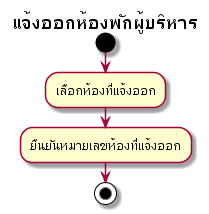
cheat13/Prompiman_Diagram keeps this PlantUML diagram as out/activity-diagram/room/deleteexecutive/แจ้งออกห้องพักผู้บริหาร.png. Above is the earlier version.
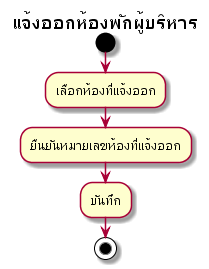
The same file after the commit.

Change to the diagram source:
```diff
@@ -3,5 +3,6 @@
 start
 :เลือกห้องที่แจ้งออก;
 :ยืนยันหมายเลขห้องที่แจ้งออก;
+:บันทึก;
 stop
 @enduml
```
